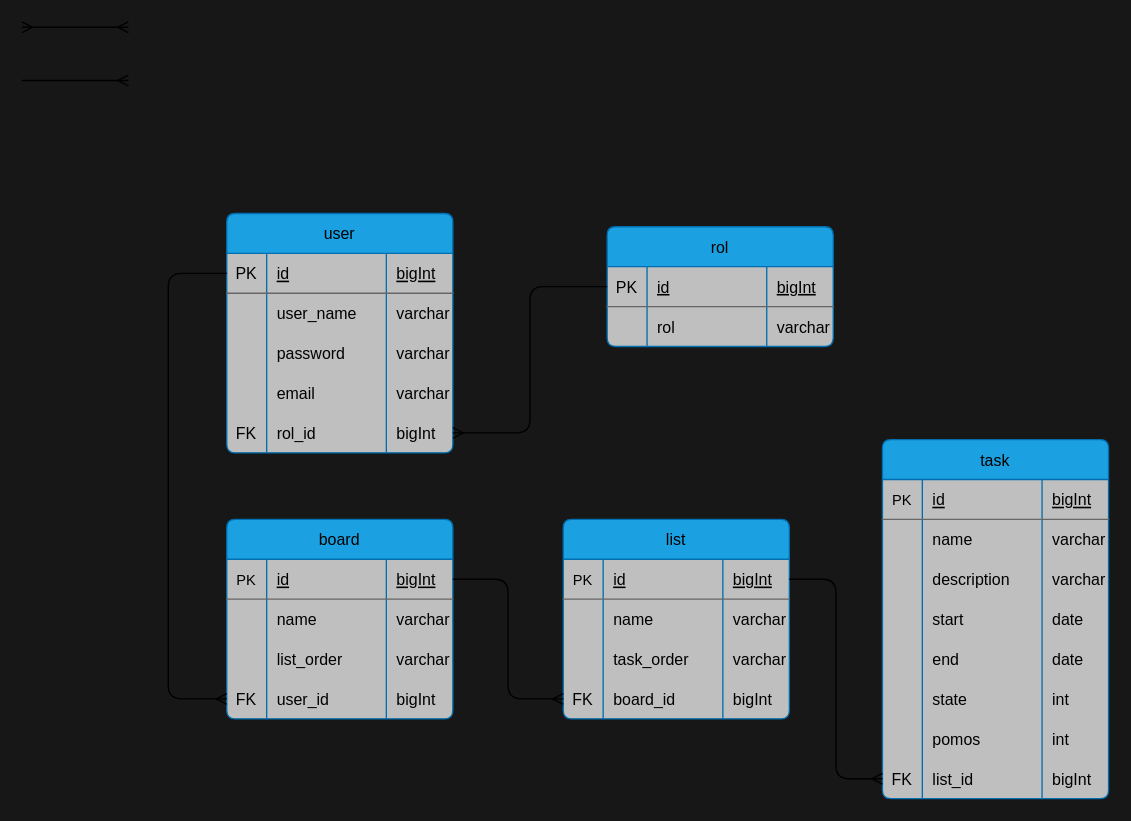
Above: Pomtask_01.drawio in javtr/diagramas (draw.io), before the change. Source tidied: cells renumbered, new cells numbered last; positions are measured from the earlier drawing's top-left corner, leaving out a move shared by most shapes. Both pictures are drawn from the tidied source at 133%, with x=0, y=0 at pixel (21, 27).
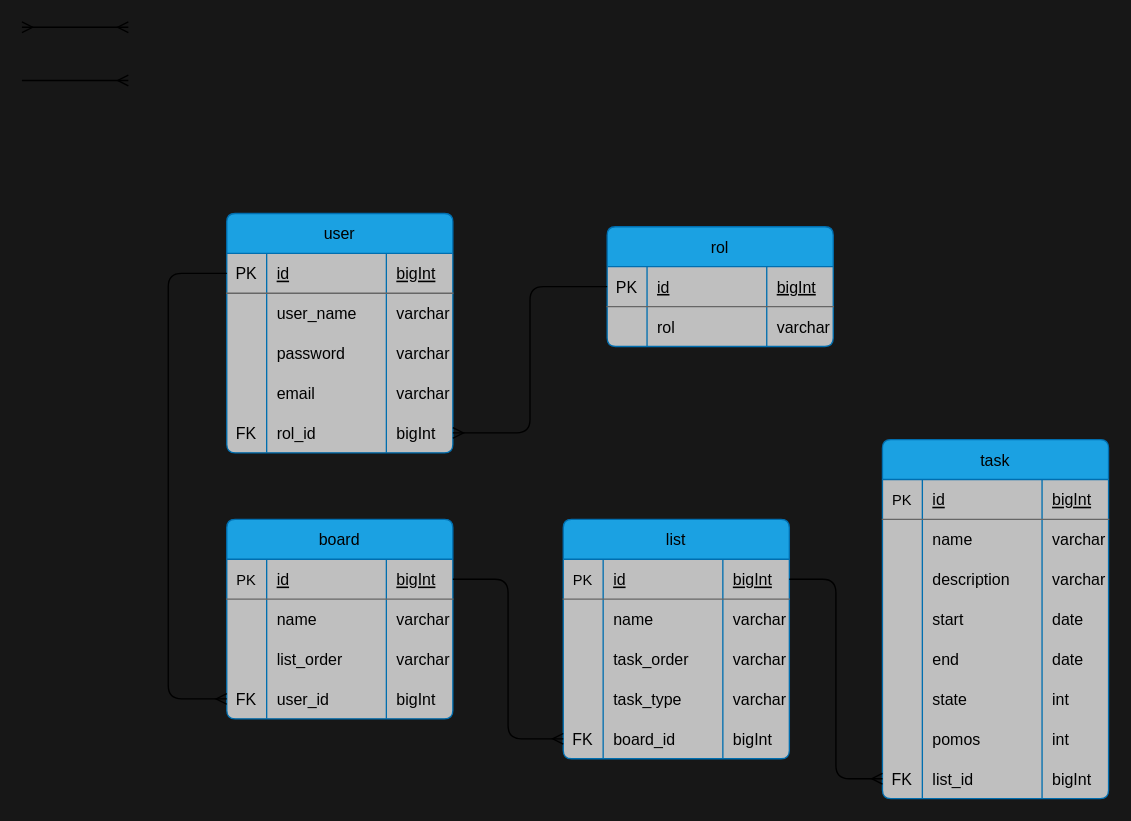
Above is the later version.

Change to the diagram source:
```diff
@@
     <mxCell id="53" value="list" style="shape=table;startSize=30;childLayout=tableLayout;rowLines=0;fontStyle=0;align=center;rounded=1;fillColor=#1BA1E2;fontColor=#000000;strokeColor=#006EAF;swimlaneFillColor=#BFBFBF;arcSize=7;fontSize=12;" parent="1" vertex="1">
-      <mxGeometry x="407" y="370" width="170" height="150" as="geometry" />
+      <mxGeometry x="407" y="370" width="170" height="180" as="geometry" />
     </mxCell>
@@
+    <mxCell id="105" style="shape=tableRow;horizontal=0;startSize=0;swimlaneHead=0;swimlaneBody=0;fillColor=none;top=0;left=0;right=0;bottom=0;fontColor=#000000;" parent="53" vertex="1">
+      <mxGeometry y="120" width="170" height="30" as="geometry" />
+    </mxCell>
+    <mxCell id="106" style="shape=partialRectangle;fillColor=none;top=0;left=0;bottom=0;right=0;overflow=hidden;fontColor=#000000;" parent="105" vertex="1">
+      <mxGeometry width="30" height="30" as="geometry" />
+    </mxCell>
+    <mxCell id="107" value="task_type" style="shape=partialRectangle;fillColor=none;top=0;left=0;bottom=0;right=0;align=left;spacingLeft=6;overflow=hidden;fontColor=#000000;" parent="105" vertex="1">
+      <mxGeometry x="30" width="90" height="30" as="geometry" />
+    </mxCell>
+    <mxCell id="108" style="shape=partialRectangle;fillColor=none;top=0;left=0;bottom=0;right=0;align=left;spacingLeft=6;overflow=hidden;fontColor=#000000;" parent="105" vertex="1">
+      <mxGeometry x="120" width="50" height="30" as="geometry" />
+    </mxCell>
     <mxCell id="66" style="shape=tableRow;horizontal=0;startSize=0;swimlaneHead=0;swimlaneBody=0;fillColor=none;points=[[0,0.5],[1,0.5]];portConstraint=eastwest;top=0;left=0;right=0;bottom=0;fontColor=#000000;" parent="53" vertex="1">
-      <mxGeometry y="120" width="170" height="30" as="geometry" />
+      <mxGeometry y="150" width="170" height="30" as="geometry" />
     </mxCell>
@@
+    <mxCell id="109" value="varchar" style="shape=partialRectangle;fillColor=none;top=0;left=0;bottom=0;right=0;align=left;spacingLeft=6;overflow=hidden;fontColor=#000000;" parent="1" vertex="1">
+      <mxGeometry x="527" y="490" width="50" height="30" as="geometry" />
+    </mxCell>
```
